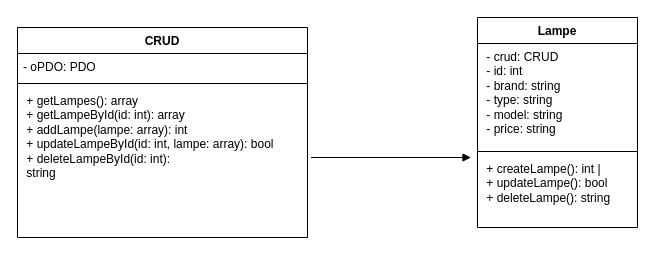
Earlier version of the draw.io diagram Diagramme sans tp_1.drawio (yacdja/tp_1_djabali_yacine). Source tidied: cells renumbered, new cells numbered last; positions are measured from the earlier drawing's top-left corner, leaving out a move shared by most shapes. Both pictures are drawn from the tidied source at 100%, with x=0, y=0 at pixel (17, 17).
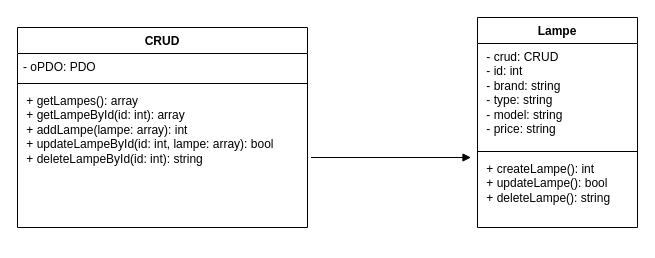
After the change.

Commit message:
Mettre à jour Diagramme tp_1.drawio

Diff of the diagram source:
```diff
@@
 <mxGraphModel>
   <root>
     <mxCell id="0" />
     <mxCell id="1" parent="0" />
     <mxCell id="2" value="CRUD" style="swimlane;fontStyle=1;align=center;verticalAlign=top;horizontal=1;startSize=26;whiteSpace=wrap;html=1;" parent="1" vertex="1">
-      <mxGeometry y="10" width="290" height="210" as="geometry" />
+      <mxGeometry y="10" width="290" height="200" as="geometry" />
     </mxCell>
     <mxCell id="3" value="- oPDO: PDO" style="text;strokeColor=none;fillColor=none;align=left;verticalAlign=top;spacingLeft=4;spacingRight=4;overflow=hidden;whiteSpace=wrap;html=1;" parent="2" vertex="1">
       <mxGeometry y="26" width="290" height="26" as="geometry" />
     </mxCell>
     <mxCell id="4" style="line;strokeWidth=1;fillColor=none;align=left;verticalAlign=middle;spacingTop=-1;spacingLeft=3;spacingRight=3;labelPosition=right;strokeColor=inherit;" parent="2" vertex="1">
       <mxGeometry y="52" width="290" height="8" as="geometry" />
     </mxCell>
-    <mxCell id="5" value="&amp;nbsp;+ getLampes(): array &lt;br&gt;&amp;nbsp;+ getLampeById(id: int): array&amp;nbsp;&lt;br&gt;&amp;nbsp;+ addLampe(lampe: array): int&amp;nbsp;&lt;br&gt;&amp;nbsp;+ updateLampeById(id: int, lampe: array): bool&amp;nbsp;&lt;br&gt;&amp;nbsp;+ deleteLampeById(id: int):&amp;nbsp;&lt;br&gt;&amp;nbsp;string " style="text;strokeColor=none;fillColor=none;align=left;verticalAlign=top;spacingLeft=4;spacingRight=4;overflow=hidden;whiteSpace=wrap;html=1;" parent="2" vertex="1">
-      <mxGeometry y="60" width="290" height="150" as="geometry" />
+    <mxCell id="5" value="&amp;nbsp;+ getLampes(): array &lt;br&gt;&amp;nbsp;+ getLampeById(id: int): array&amp;nbsp;&lt;br&gt;&amp;nbsp;+ addLampe(lampe: array): int&amp;nbsp;&lt;br&gt;&amp;nbsp;+ updateLampeById(id: int, lampe: array): bool&amp;nbsp;&lt;br&gt;&amp;nbsp;+ deleteLampeById(id: int):&amp;nbsp;string " style="text;strokeColor=none;fillColor=none;align=left;verticalAlign=top;spacingLeft=4;spacingRight=4;overflow=hidden;whiteSpace=wrap;html=1;" parent="2" vertex="1">
+      <mxGeometry y="60" width="290" height="140" as="geometry" />
     </mxCell>
     <mxCell id="6" value="Lampe" style="swimlane;fontStyle=1;align=center;verticalAlign=top;horizontal=1;startSize=26;whiteSpace=wrap;html=1;" parent="1" vertex="1">
       <mxGeometry x="460" width="160" height="210" as="geometry" />
     </mxCell>
     <mxCell id="7" value="&amp;nbsp;- crud: CRUD&amp;nbsp;&lt;br&gt;&amp;nbsp;- id: int&amp;nbsp;&lt;br&gt;&amp;nbsp;- brand: string&amp;nbsp;&lt;br&gt;&amp;nbsp;- type: string&amp;nbsp;&lt;br&gt;&amp;nbsp;- model: string&amp;nbsp;&lt;br&gt;&amp;nbsp;- price: string " style="text;strokeColor=none;fillColor=none;align=left;verticalAlign=top;spacingLeft=4;spacingRight=4;overflow=hidden;whiteSpace=wrap;html=1;" parent="6" vertex="1">
       <mxGeometry y="26" width="160" height="104" as="geometry" />
     </mxCell>
     <mxCell id="8" style="line;strokeWidth=1;fillColor=none;align=left;verticalAlign=middle;spacingTop=-1;spacingLeft=3;spacingRight=3;labelPosition=right;strokeColor=inherit;" parent="6" vertex="1">
       <mxGeometry y="130" width="160" height="8" as="geometry" />
     </mxCell>
-    <mxCell id="9" value="&amp;nbsp;+ createLampe(): int     |&lt;br&gt;&amp;nbsp;+ updateLampe(): bool&amp;nbsp;&lt;br&gt;&amp;nbsp;+ deleteLampe(): string " style="text;strokeColor=none;fillColor=none;align=left;verticalAlign=top;spacingLeft=4;spacingRight=4;overflow=hidden;whiteSpace=wrap;html=1;" parent="6" vertex="1">
+    <mxCell id="9" value="&amp;nbsp;+ createLampe(): int&lt;br&gt;&amp;nbsp;+ updateLampe(): bool&amp;nbsp;&lt;br&gt;&amp;nbsp;+ deleteLampe(): string " style="text;strokeColor=none;fillColor=none;align=left;verticalAlign=top;spacingLeft=4;spacingRight=4;overflow=hidden;whiteSpace=wrap;html=1;" parent="6" vertex="1">
       <mxGeometry y="138" width="160" height="72" as="geometry" />
     </mxCell>
     <mxCell id="10" style="html=1;verticalAlign=bottom;labelBackgroundColor=none;endArrow=block;endFill=1;rounded=0;" parent="1" edge="1">
       <mxGeometry relative="1" as="geometry">
         <mxPoint x="293.5" y="140" as="sourcePoint" />
         <mxPoint x="453.5" y="140" as="targetPoint" />
       </mxGeometry>
     </mxCell>
   </root>
 </mxGraphModel>
```
